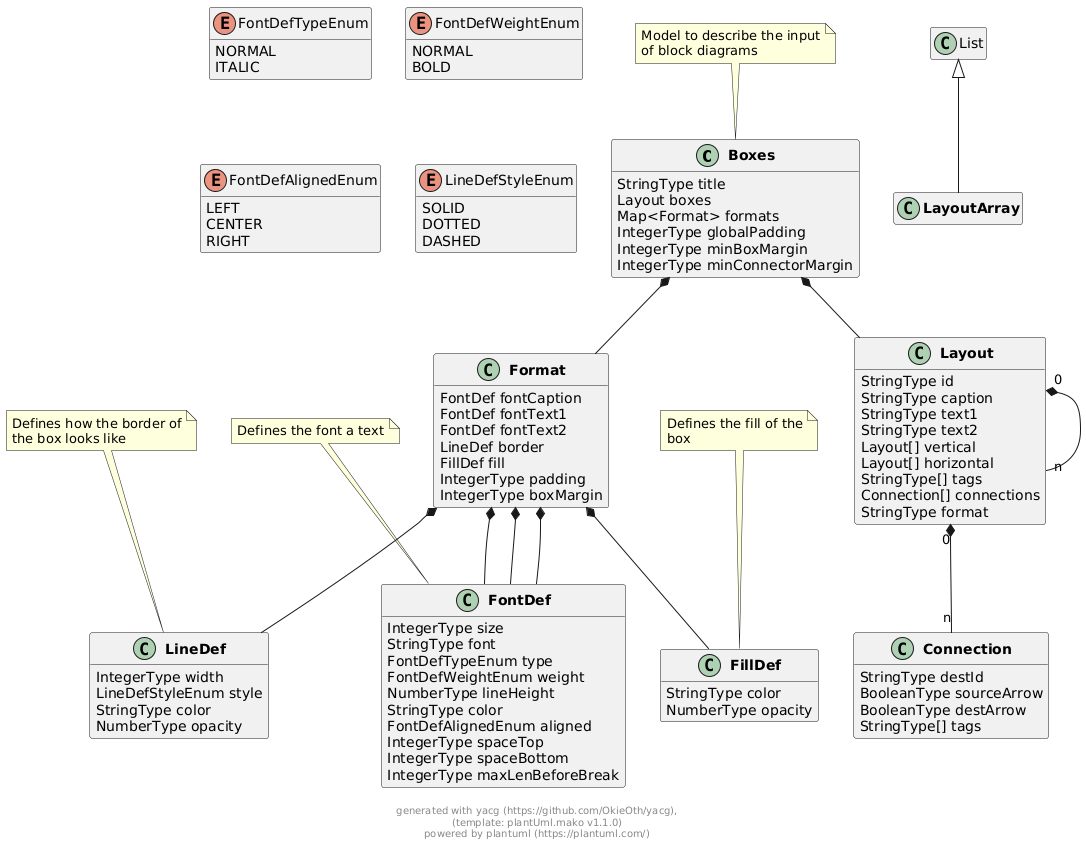
Earlier version of the PlantUML export docs/models/png/boxes.png (OkieOth/draw.chart.things).
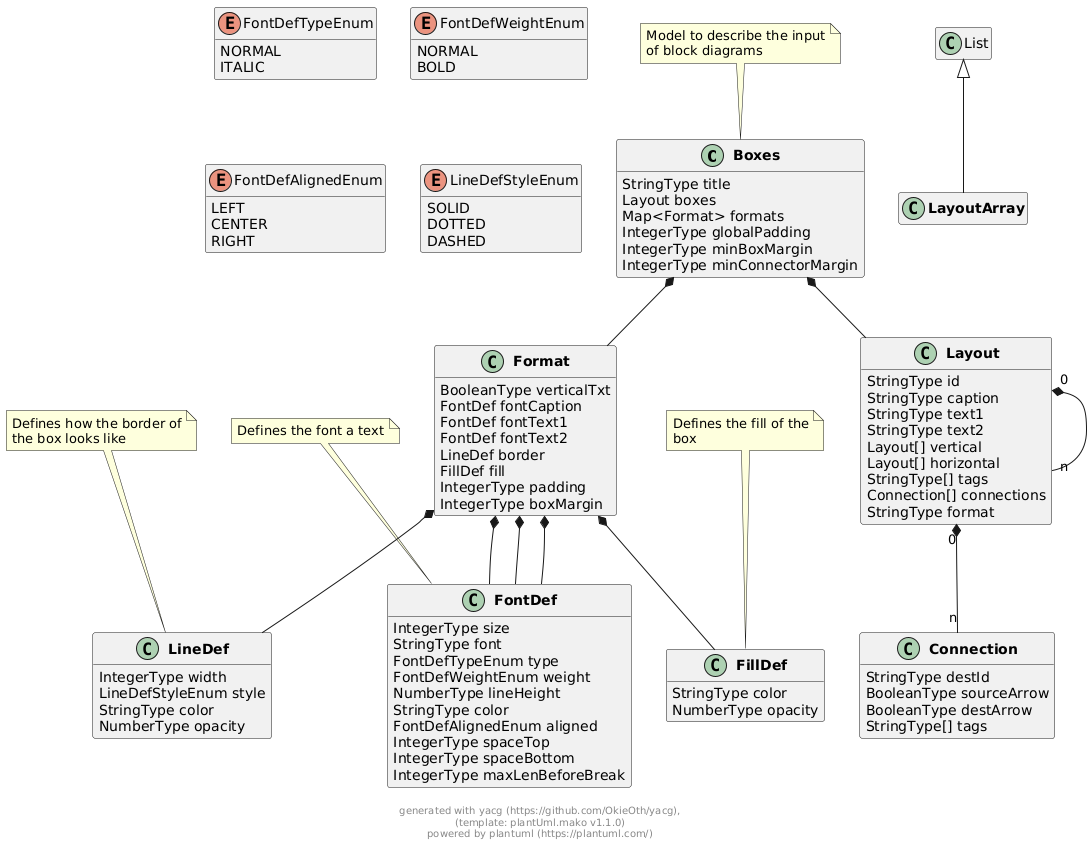
The same file after the commit.

The edit, as a diff of the source:
```diff
@@ -31,6 +31,7 @@
 
 
 class "**Format**" as Format {
+        BooleanType verticalTxt
         FontDef fontCaption
         FontDef fontText1
         FontDef fontText2
@@ -134,6 +135,7 @@
 
 
 
+
 Format  *--  FontDef
 
 Format  *--  FontDef
```
